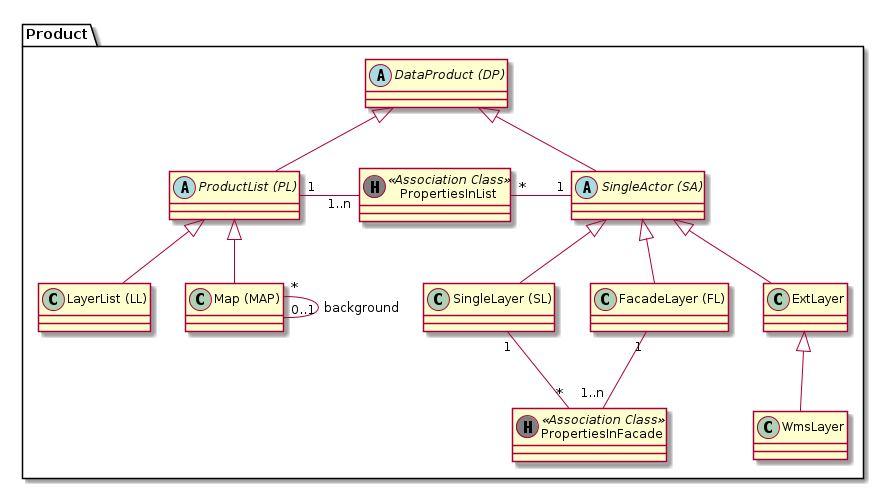
sogis/simi keeps this PlantUML diagram as simi/doc/puml/rendered/simi_product.png. Above is the earlier version.
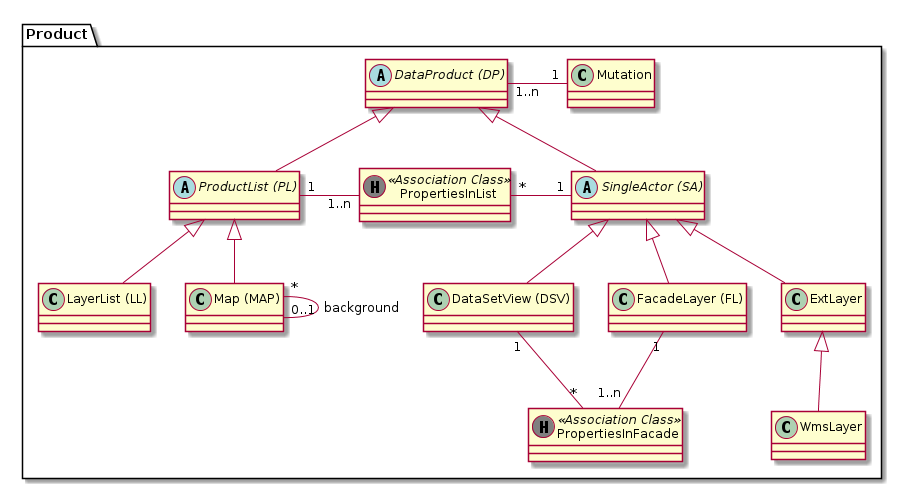
The same file after the commit.

Commit message:
Skript: PUML-Diagramme der Simi-Dokumentation regeneriert und beigefügt

The edit, as a diff of the source:
```diff
@@ -1,5 +1,6 @@
 @startuml
 package Product {
+  class "Mutation" as ab
   abstract class "DataProduct (DP)" as dp
 
   abstract class "ProductList (PL)" as pl
@@ -8,7 +9,7 @@
 
   abstract class "SingleActor (SA)" as sa
   class "FacadeLayer (FL)" as fl
-  class "SingleLayer (SL)" as sl
+  class "DataSetView (DSV)" as dsv
   class "ExtLayer" as el
   class "WmsLayer" as wl
 
@@ -22,7 +23,7 @@
 
   dp <|-- sa
 
-  sa <|-- sl
+  sa <|-- dsv
   sa <|-- fl
   sa <|-- el
 
@@ -34,6 +35,8 @@
   map "*" -- "0..1" map : "background"
 
   fl "1" -- "1..n" pif : "      "
-  pif "*" -up- "1" sl : "      "
+  pif "*" -up- "1" dsv : "      "
+
+  ab "1" -left- "1..n" dp : "      "
 }
 @enduml
```
